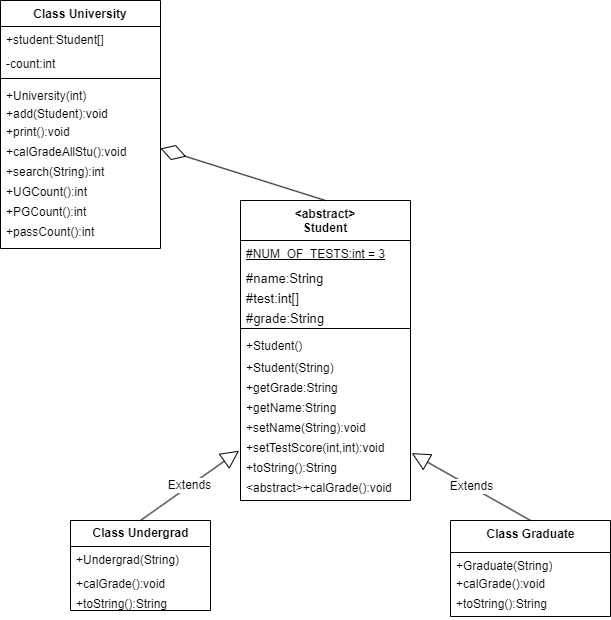
Earlier version of the draw.io export src/Lab10UML.drawio.png (BeelzebubCode/CodeClassRoom). Source tidied: cells renumbered, new cells last; positions are measured from the earlier drawing's top-left corner, leaving out a move shared by most shapes.
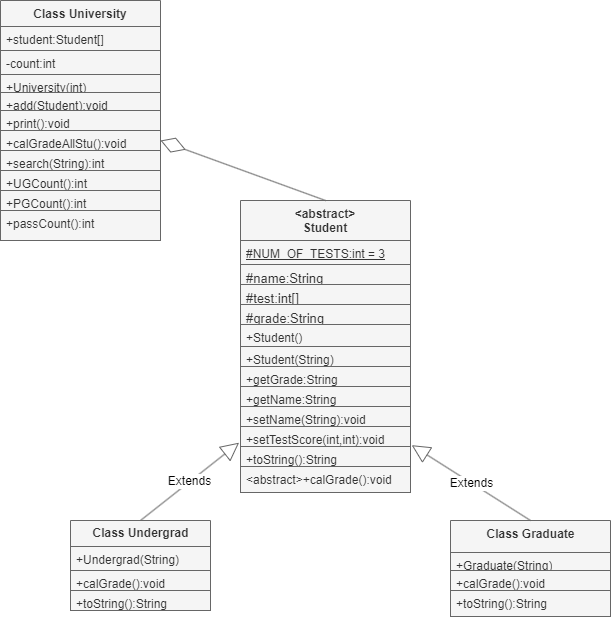
Later version of the same file.

Change to the diagram source:
```diff
@@ -2,115 +2,109 @@
   <root>
     <mxCell id="0" />
     <mxCell id="1" parent="0" />
-    <mxCell id="2" value="&lt;abstract&gt;&#10;Student&#10;" style="swimlane;fontStyle=1;align=center;verticalAlign=top;horizontal=1;startSize=40;" parent="1" vertex="1">
-      <mxGeometry x="240" y="200" width="170" height="300" as="geometry" />
+    <mxCell id="2" value="&lt;abstract&gt;&#10;Student&#10;" style="swimlane;fontStyle=1;align=center;verticalAlign=top;horizontal=1;startSize=40;fillColor=#f5f5f5;fontColor=#333333;strokeColor=#666666;" parent="1" vertex="1">
+      <mxGeometry x="240" y="200" width="170" height="292" as="geometry" />
     </mxCell>
-    <mxCell id="3" value="#NUM_OF_TESTS:int = 3" style="text;strokeColor=none;fillColor=none;align=left;verticalAlign=top;spacingLeft=4;spacingRight=4;overflow=hidden;fontStyle=4;html=1;fontSize=12;" parent="2" vertex="1">
+    <mxCell id="3" value="#NUM_OF_TESTS:int = 3" style="text;align=left;verticalAlign=top;spacingLeft=4;spacingRight=4;overflow=hidden;fontStyle=4;html=1;fontSize=12;fillColor=#f5f5f5;fontColor=#333333;strokeColor=#666666;" parent="2" vertex="1">
       <mxGeometry y="40" width="170" height="24" as="geometry" />
     </mxCell>
-    <mxCell id="4" value="#name:String" style="text;strokeColor=none;fillColor=none;align=left;verticalAlign=top;spacingLeft=4;spacingRight=4;overflow=hidden;fontStyle=0;fontSize=13;" parent="2" vertex="1">
+    <mxCell id="4" value="#name:String" style="text;align=left;verticalAlign=top;spacingLeft=4;spacingRight=4;overflow=hidden;fontStyle=0;fontSize=13;fillColor=#f5f5f5;fontColor=#333333;strokeColor=#666666;" parent="2" vertex="1">
       <mxGeometry y="64" width="170" height="20" as="geometry" />
     </mxCell>
-    <mxCell id="5" value="#test:int[]" style="text;strokeColor=none;fillColor=none;align=left;verticalAlign=top;spacingLeft=4;spacingRight=4;overflow=hidden;fontStyle=0;fontSize=13;" parent="2" vertex="1">
+    <mxCell id="5" value="#test:int[]" style="text;align=left;verticalAlign=top;spacingLeft=4;spacingRight=4;overflow=hidden;fontStyle=0;fontSize=13;fillColor=#f5f5f5;fontColor=#333333;strokeColor=#666666;" parent="2" vertex="1">
       <mxGeometry y="84" width="170" height="20" as="geometry" />
     </mxCell>
-    <mxCell id="6" value="#grade:String" style="text;strokeColor=none;fillColor=none;align=left;verticalAlign=top;spacingLeft=4;spacingRight=4;overflow=hidden;fontStyle=0;fontSize=13;" parent="2" vertex="1">
+    <mxCell id="6" value="#grade:String" style="text;align=left;verticalAlign=top;spacingLeft=4;spacingRight=4;overflow=hidden;fontStyle=0;fontSize=13;fillColor=#f5f5f5;fontColor=#333333;strokeColor=#666666;" parent="2" vertex="1">
       <mxGeometry y="104" width="170" height="20" as="geometry" />
     </mxCell>
-    <mxCell id="7" style="line;strokeWidth=1;fillColor=none;align=left;verticalAlign=middle;spacingTop=-1;spacingLeft=3;spacingRight=3;labelPosition=right;strokeColor=inherit;" parent="2" vertex="1">
-      <mxGeometry y="124" width="170" height="8" as="geometry" />
-    </mxCell>
-    <mxCell id="8" value="+Student()" style="text;strokeColor=none;fillColor=none;align=left;verticalAlign=top;spacingLeft=4;spacingRight=4;overflow=hidden;" parent="2" vertex="1">
-      <mxGeometry y="132" width="170" height="22" as="geometry" />
+    <mxCell id="8" value="+Student()" style="text;align=left;verticalAlign=top;spacingLeft=4;spacingRight=4;overflow=hidden;fillColor=#f5f5f5;fontColor=#333333;strokeColor=#666666;" parent="2" vertex="1">
+      <mxGeometry y="124" width="170" height="22" as="geometry" />
     </mxCell>
-    <mxCell id="9" value="+Student(String)" style="text;strokeColor=none;fillColor=none;align=left;verticalAlign=top;spacingLeft=4;spacingRight=4;overflow=hidden;" parent="2" vertex="1">
-      <mxGeometry y="154" width="170" height="20" as="geometry" />
+    <mxCell id="9" value="+Student(String)" style="text;align=left;verticalAlign=top;spacingLeft=4;spacingRight=4;overflow=hidden;fillColor=#f5f5f5;fontColor=#333333;strokeColor=#666666;" parent="2" vertex="1">
+      <mxGeometry y="146" width="170" height="20" as="geometry" />
     </mxCell>
-    <mxCell id="10" value="+getGrade:String" style="text;strokeColor=none;fillColor=none;align=left;verticalAlign=top;spacingLeft=4;spacingRight=4;overflow=hidden;" parent="2" vertex="1">
-      <mxGeometry y="174" width="170" height="20" as="geometry" />
+    <mxCell id="10" value="+getGrade:String" style="text;align=left;verticalAlign=top;spacingLeft=4;spacingRight=4;overflow=hidden;fillColor=#f5f5f5;fontColor=#333333;strokeColor=#666666;" parent="2" vertex="1">
+      <mxGeometry y="166" width="170" height="20" as="geometry" />
     </mxCell>
-    <mxCell id="11" value="+getName:String" style="text;strokeColor=none;fillColor=none;align=left;verticalAlign=top;spacingLeft=4;spacingRight=4;overflow=hidden;" parent="2" vertex="1">
-      <mxGeometry y="194" width="170" height="20" as="geometry" />
+    <mxCell id="11" value="+getName:String" style="text;align=left;verticalAlign=top;spacingLeft=4;spacingRight=4;overflow=hidden;fillColor=#f5f5f5;fontColor=#333333;strokeColor=#666666;" parent="2" vertex="1">
+      <mxGeometry y="186" width="170" height="20" as="geometry" />
     </mxCell>
-    <mxCell id="12" value="+setName(String):void" style="text;strokeColor=none;fillColor=none;align=left;verticalAlign=top;spacingLeft=4;spacingRight=4;overflow=hidden;" parent="2" vertex="1">
-      <mxGeometry y="214" width="170" height="20" as="geometry" />
+    <mxCell id="12" value="+setName(String):void" style="text;align=left;verticalAlign=top;spacingLeft=4;spacingRight=4;overflow=hidden;fillColor=#f5f5f5;fontColor=#333333;strokeColor=#666666;" parent="2" vertex="1">
+      <mxGeometry y="206" width="170" height="20" as="geometry" />
     </mxCell>
-    <mxCell id="13" value="+setTestScore(int,int):void" style="text;strokeColor=none;fillColor=none;align=left;verticalAlign=top;spacingLeft=4;spacingRight=4;overflow=hidden;points=[[0,0.5],[1,0.5]];portConstraint=eastwest;" parent="2" vertex="1">
-      <mxGeometry y="234" width="170" height="20" as="geometry" />
+    <mxCell id="13" value="+setTestScore(int,int):void" style="text;align=left;verticalAlign=top;spacingLeft=4;spacingRight=4;overflow=hidden;points=[[0,0.5],[1,0.5]];portConstraint=eastwest;fillColor=#f5f5f5;fontColor=#333333;strokeColor=#666666;" parent="2" vertex="1">
+      <mxGeometry y="226" width="170" height="20" as="geometry" />
     </mxCell>
-    <mxCell id="14" value="+toString():String" style="text;strokeColor=none;fillColor=none;align=left;verticalAlign=top;spacingLeft=4;spacingRight=4;overflow=hidden;" parent="2" vertex="1">
-      <mxGeometry y="254" width="170" height="20" as="geometry" />
+    <mxCell id="14" value="+toString():String" style="text;align=left;verticalAlign=top;spacingLeft=4;spacingRight=4;overflow=hidden;fillColor=#f5f5f5;fontColor=#333333;strokeColor=#666666;" parent="2" vertex="1">
+      <mxGeometry y="246" width="170" height="20" as="geometry" />
     </mxCell>
-    <mxCell id="15" value="&lt;abstract&gt;+calGrade():void" style="text;strokeColor=none;fillColor=none;align=left;verticalAlign=top;spacingLeft=4;spacingRight=4;overflow=hidden;" parent="2" vertex="1">
-      <mxGeometry y="274" width="170" height="26" as="geometry" />
+    <mxCell id="15" value="&lt;abstract&gt;+calGrade():void" style="text;align=left;verticalAlign=top;spacingLeft=4;spacingRight=4;overflow=hidden;fillColor=#f5f5f5;fontColor=#333333;strokeColor=#666666;" parent="2" vertex="1">
+      <mxGeometry y="266" width="170" height="26" as="geometry" />
     </mxCell>
-    <mxCell id="16" value="Extends" style="endArrow=block;endSize=16;endFill=0;html=1;fontSize=12;entryX=-0.008;entryY=0.808;entryDx=0;entryDy=0;entryPerimeter=0;exitX=0.5;exitY=0;exitDx=0;exitDy=0;" parent="1" edge="1" source="17" target="13">
+    <mxCell id="16" value="Extends" style="endArrow=block;endSize=16;endFill=0;html=1;fontSize=12;entryX=-0.008;entryY=0.808;entryDx=0;entryDy=0;entryPerimeter=0;exitX=0.5;exitY=0;exitDx=0;exitDy=0;fontColor=#000000;fillColor=#f5f5f5;strokeColor=#666666;" parent="1" edge="1" source="17" target="13">
       <mxGeometry relative="1" as="geometry" />
     </mxCell>
-    <mxCell id="17" value="&lt;h4&gt;Class Undergrad&lt;/h4&gt;" style="swimlane;fontStyle=0;horizontal=1;startSize=26;fillColor=none;fontSize=12;html=1;" parent="1" vertex="1">
+    <mxCell id="17" value="&lt;h4&gt;Class Undergrad&lt;/h4&gt;" style="swimlane;fontStyle=0;horizontal=1;startSize=26;fontSize=12;html=1;fillColor=#f5f5f5;fontColor=#333333;strokeColor=#666666;" parent="1" vertex="1">
       <mxGeometry x="70" y="520" width="140" height="90" as="geometry" />
     </mxCell>
-    <mxCell id="18" value="+Undergrad(String)" style="text;strokeColor=none;fillColor=none;align=left;verticalAlign=top;spacingLeft=4;spacingRight=4;overflow=hidden;fontSize=12;html=1;" parent="17" vertex="1">
+    <mxCell id="18" value="+Undergrad(String)" style="text;align=left;verticalAlign=top;spacingLeft=4;spacingRight=4;overflow=hidden;fontSize=12;html=1;fillColor=#f5f5f5;fontColor=#333333;strokeColor=#666666;" parent="17" vertex="1">
       <mxGeometry y="26" width="140" height="24" as="geometry" />
     </mxCell>
-    <mxCell id="19" value="+calGrade():void" style="text;strokeColor=none;fillColor=none;align=left;verticalAlign=top;spacingLeft=4;spacingRight=4;overflow=hidden;fontSize=12;html=1;" parent="17" vertex="1">
+    <mxCell id="19" value="+calGrade():void" style="text;align=left;verticalAlign=top;spacingLeft=4;spacingRight=4;overflow=hidden;fontSize=12;html=1;fillColor=#f5f5f5;fontColor=#333333;strokeColor=#666666;" parent="17" vertex="1">
       <mxGeometry y="50" width="140" height="20" as="geometry" />
     </mxCell>
-    <mxCell id="20" value="+toString():String" style="text;strokeColor=none;fillColor=none;align=left;verticalAlign=top;spacingLeft=4;spacingRight=4;overflow=hidden;fontSize=12;html=1;" parent="17" vertex="1">
+    <mxCell id="20" value="+toString():String" style="text;align=left;verticalAlign=top;spacingLeft=4;spacingRight=4;overflow=hidden;fontSize=12;html=1;fillColor=#f5f5f5;fontColor=#333333;strokeColor=#666666;" parent="17" vertex="1">
       <mxGeometry y="70" width="140" height="20" as="geometry" />
     </mxCell>
-    <mxCell id="21" value="Class Graduate" style="swimlane;fontStyle=1;align=center;verticalAlign=top;horizontal=1;startSize=32;fontSize=12;html=1;" parent="1" vertex="1">
+    <mxCell id="21" value="Class Graduate" style="swimlane;fontStyle=1;align=center;verticalAlign=top;horizontal=1;startSize=32;fontSize=12;html=1;fillColor=#f5f5f5;fontColor=#333333;strokeColor=#666666;" parent="1" vertex="1">
       <mxGeometry x="450" y="520" width="160" height="96" as="geometry" />
     </mxCell>
-    <mxCell id="22" value="+Graduate(String)" style="text;strokeColor=none;fillColor=none;align=left;verticalAlign=top;spacingLeft=4;spacingRight=4;overflow=hidden;fontSize=12;html=1;" parent="21" vertex="1">
+    <mxCell id="22" value="+Graduate(String)" style="text;align=left;verticalAlign=top;spacingLeft=4;spacingRight=4;overflow=hidden;fontSize=12;html=1;fillColor=#f5f5f5;fontColor=#333333;strokeColor=#666666;" parent="21" vertex="1">
       <mxGeometry y="32" width="160" height="18" as="geometry" />
     </mxCell>
-    <mxCell id="23" value="+calGrade():void" style="text;strokeColor=none;fillColor=none;align=left;verticalAlign=top;spacingLeft=4;spacingRight=4;overflow=hidden;fontSize=12;html=1;" parent="21" vertex="1">
+    <mxCell id="23" value="+calGrade():void" style="text;align=left;verticalAlign=top;spacingLeft=4;spacingRight=4;overflow=hidden;fontSize=12;html=1;fillColor=#f5f5f5;fontColor=#333333;strokeColor=#666666;" parent="21" vertex="1">
       <mxGeometry y="50" width="160" height="20" as="geometry" />
     </mxCell>
-    <mxCell id="24" value="+toString():String" style="text;strokeColor=none;fillColor=none;align=left;verticalAlign=top;spacingLeft=4;spacingRight=4;overflow=hidden;fontSize=12;html=1;" parent="21" vertex="1">
+    <mxCell id="24" value="+toString():String" style="text;align=left;verticalAlign=top;spacingLeft=4;spacingRight=4;overflow=hidden;fontSize=12;html=1;fillColor=#f5f5f5;fontColor=#333333;strokeColor=#666666;" parent="21" vertex="1">
       <mxGeometry y="70" width="160" height="26" as="geometry" />
     </mxCell>
-    <mxCell id="25" value="Extends" style="endArrow=block;endSize=16;endFill=0;html=1;fontSize=12;exitX=0.5;exitY=0;exitDx=0;exitDy=0;entryX=1.007;entryY=0.933;entryDx=0;entryDy=0;entryPerimeter=0;" parent="1" edge="1" source="21" target="13">
+    <mxCell id="25" value="Extends" style="endArrow=block;endSize=16;endFill=0;html=1;fontSize=12;exitX=0.5;exitY=0;exitDx=0;exitDy=0;entryX=1.007;entryY=0.933;entryDx=0;entryDy=0;entryPerimeter=0;fontColor=#000000;fillColor=#f5f5f5;strokeColor=#666666;" parent="1" edge="1" source="21" target="13">
       <mxGeometry relative="1" as="geometry" />
     </mxCell>
-    <mxCell id="26" value="Class University" style="swimlane;fontStyle=1;align=center;verticalAlign=top;horizontal=1;startSize=26;" parent="1" vertex="1">
-      <mxGeometry width="160" height="248" as="geometry" />
+    <mxCell id="26" value="Class University" style="swimlane;fontStyle=1;align=center;verticalAlign=top;horizontal=1;startSize=26;fillColor=#f5f5f5;fontColor=#333333;strokeColor=#666666;" parent="1" vertex="1">
+      <mxGeometry width="160" height="240" as="geometry" />
     </mxCell>
-    <mxCell id="27" value="+student:Student[]" style="text;strokeColor=none;fillColor=none;align=left;verticalAlign=top;spacingLeft=4;spacingRight=4;overflow=hidden;" parent="26" vertex="1">
+    <mxCell id="27" value="+student:Student[]" style="text;align=left;verticalAlign=top;spacingLeft=4;spacingRight=4;overflow=hidden;fillColor=#f5f5f5;fontColor=#333333;strokeColor=#666666;" parent="26" vertex="1">
       <mxGeometry y="26" width="160" height="24" as="geometry" />
     </mxCell>
-    <mxCell id="28" value="-count:int" style="text;strokeColor=none;fillColor=none;align=left;verticalAlign=top;spacingLeft=4;spacingRight=4;overflow=hidden;" parent="26" vertex="1">
+    <mxCell id="28" value="-count:int" style="text;align=left;verticalAlign=top;spacingLeft=4;spacingRight=4;overflow=hidden;fillColor=#f5f5f5;fontColor=#333333;strokeColor=#666666;" parent="26" vertex="1">
       <mxGeometry y="50" width="160" height="24" as="geometry" />
     </mxCell>
-    <mxCell id="29" style="line;strokeWidth=1;fillColor=none;align=left;verticalAlign=middle;spacingTop=-1;spacingLeft=3;spacingRight=3;labelPosition=right;strokeColor=inherit;" parent="26" vertex="1">
-      <mxGeometry y="74" width="160" height="8" as="geometry" />
-    </mxCell>
-    <mxCell id="30" value="+University(int)" style="text;strokeColor=none;fillColor=none;align=left;verticalAlign=top;spacingLeft=4;spacingRight=4;overflow=hidden;" parent="26" vertex="1">
-      <mxGeometry y="82" width="160" height="18" as="geometry" />
+    <mxCell id="30" value="+University(int)" style="text;align=left;verticalAlign=top;spacingLeft=4;spacingRight=4;overflow=hidden;fillColor=#f5f5f5;fontColor=#333333;strokeColor=#666666;" parent="26" vertex="1">
+      <mxGeometry y="74" width="160" height="18" as="geometry" />
     </mxCell>
-    <mxCell id="31" value="+add(Student):void" style="text;strokeColor=none;fillColor=none;align=left;verticalAlign=top;spacingLeft=4;spacingRight=4;overflow=hidden;" parent="26" vertex="1">
-      <mxGeometry y="100" width="160" height="18" as="geometry" />
+    <mxCell id="31" value="+add(Student):void" style="text;align=left;verticalAlign=top;spacingLeft=4;spacingRight=4;overflow=hidden;fillColor=#f5f5f5;fontColor=#333333;strokeColor=#666666;" parent="26" vertex="1">
+      <mxGeometry y="92" width="160" height="18" as="geometry" />
     </mxCell>
-    <mxCell id="32" value="+print():void" style="text;strokeColor=none;fillColor=none;align=left;verticalAlign=top;spacingLeft=4;spacingRight=4;overflow=hidden;" parent="26" vertex="1">
-      <mxGeometry y="118" width="160" height="20" as="geometry" />
+    <mxCell id="32" value="+print():void" style="text;align=left;verticalAlign=top;spacingLeft=4;spacingRight=4;overflow=hidden;fillColor=#f5f5f5;fontColor=#333333;strokeColor=#666666;" parent="26" vertex="1">
+      <mxGeometry y="110" width="160" height="20" as="geometry" />
     </mxCell>
-    <mxCell id="33" value="+calGradeAllStu():void" style="text;strokeColor=none;fillColor=none;align=left;verticalAlign=top;spacingLeft=4;spacingRight=4;overflow=hidden;points=[[0,0.5],[1,0.5]];portConstraint=eastwest;" parent="26" vertex="1">
-      <mxGeometry y="138" width="160" height="20" as="geometry" />
+    <mxCell id="33" value="+calGradeAllStu():void" style="text;align=left;verticalAlign=top;spacingLeft=4;spacingRight=4;overflow=hidden;points=[[0,0.5],[1,0.5]];portConstraint=eastwest;fillColor=#f5f5f5;fontColor=#333333;strokeColor=#666666;" parent="26" vertex="1">
+      <mxGeometry y="130" width="160" height="20" as="geometry" />
     </mxCell>
-    <mxCell id="34" value="+search(String):int" style="text;strokeColor=none;fillColor=none;align=left;verticalAlign=top;spacingLeft=4;spacingRight=4;overflow=hidden;" parent="26" vertex="1">
-      <mxGeometry y="158" width="160" height="20" as="geometry" />
+    <mxCell id="34" value="+search(String):int" style="text;align=left;verticalAlign=top;spacingLeft=4;spacingRight=4;overflow=hidden;fillColor=#f5f5f5;fontColor=#333333;strokeColor=#666666;" parent="26" vertex="1">
+      <mxGeometry y="150" width="160" height="20" as="geometry" />
     </mxCell>
-    <mxCell id="35" value="+UGCount():int" style="text;strokeColor=none;fillColor=none;align=left;verticalAlign=top;spacingLeft=4;spacingRight=4;overflow=hidden;" parent="26" vertex="1">
-      <mxGeometry y="178" width="160" height="20" as="geometry" />
+    <mxCell id="35" value="+UGCount():int" style="text;align=left;verticalAlign=top;spacingLeft=4;spacingRight=4;overflow=hidden;fillColor=#f5f5f5;fontColor=#333333;strokeColor=#666666;" parent="26" vertex="1">
+      <mxGeometry y="170" width="160" height="20" as="geometry" />
     </mxCell>
-    <mxCell id="36" value="+PGCount():int" style="text;strokeColor=none;fillColor=none;align=left;verticalAlign=top;spacingLeft=4;spacingRight=4;overflow=hidden;" parent="26" vertex="1">
-      <mxGeometry y="198" width="160" height="20" as="geometry" />
+    <mxCell id="36" value="+PGCount():int" style="text;align=left;verticalAlign=top;spacingLeft=4;spacingRight=4;overflow=hidden;fillColor=#f5f5f5;fontColor=#333333;strokeColor=#666666;" parent="26" vertex="1">
+      <mxGeometry y="190" width="160" height="20" as="geometry" />
     </mxCell>
-    <mxCell id="37" value="+passCount():int" style="text;strokeColor=none;fillColor=none;align=left;verticalAlign=top;spacingLeft=4;spacingRight=4;overflow=hidden;" parent="26" vertex="1">
-      <mxGeometry y="218" width="160" height="30" as="geometry" />
+    <mxCell id="37" value="+passCount():int" style="text;align=left;verticalAlign=top;spacingLeft=4;spacingRight=4;overflow=hidden;fillColor=#f5f5f5;fontColor=#333333;strokeColor=#666666;" parent="26" vertex="1">
+      <mxGeometry y="210" width="160" height="30" as="geometry" />
     </mxCell>
-    <mxCell id="38" style="endArrow=diamondThin;endFill=0;endSize=24;html=1;exitX=0.5;exitY=0;exitDx=0;exitDy=0;entryX=1;entryY=0.5;entryDx=0;entryDy=0;" parent="1" edge="1" source="2" target="33">
+    <mxCell id="38" style="endArrow=diamondThin;endFill=0;endSize=24;html=1;exitX=0.5;exitY=0;exitDx=0;exitDy=0;entryX=1;entryY=0.5;entryDx=0;entryDy=0;fontColor=#000000;fillColor=#f5f5f5;strokeColor=#666666;" parent="1" edge="1" source="2" target="33">
       <mxGeometry relative="1" as="geometry" />
     </mxCell>
   </root>
```
